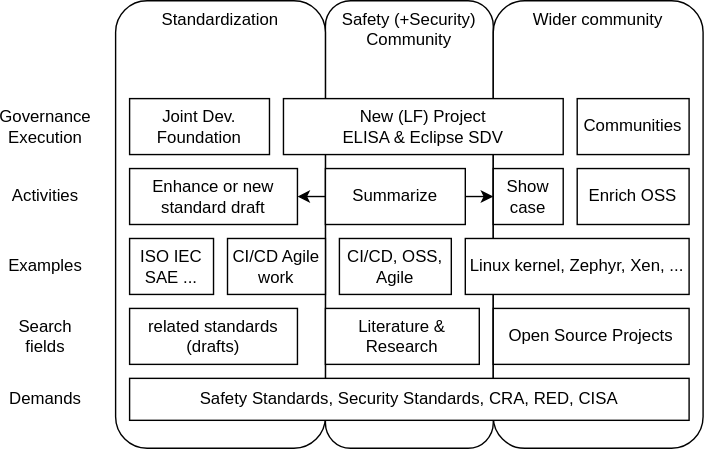
The draw.io diagram docs/images/process-project-proposal.drawio.svg in elisa-tech/lighthouse-oss, before a commit. Source tidied: cells renumbered, new cells last; positions are measured from the earlier drawing's top-left corner, leaving out a move shared by most shapes.
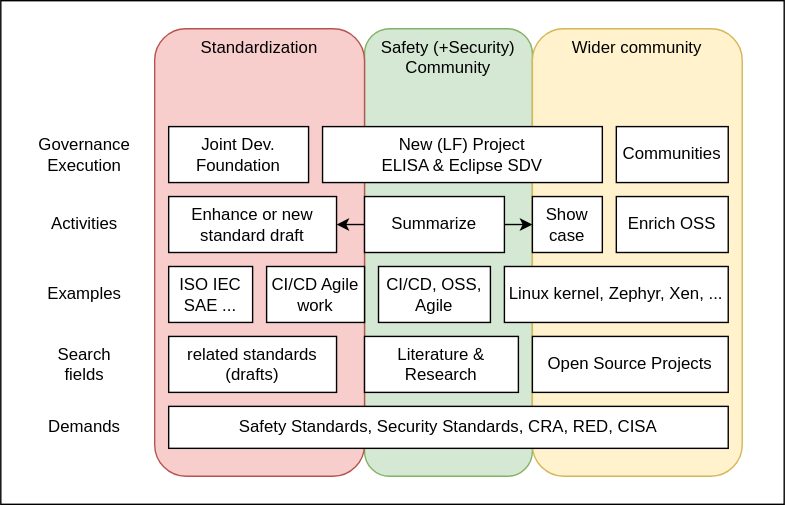
The same file after the commit.

What changed in the source:
```diff
@@ -2,13 +2,16 @@
   <root>
     <mxCell id="0" />
     <mxCell id="1" parent="0" />
+    <mxCell id="27" style="rounded=0;whiteSpace=wrap;html=1;" parent="1" vertex="1">
+      <mxGeometry x="-30" y="-20" width="560" height="360" as="geometry" />
+    </mxCell>
-    <mxCell id="2" value="Safety (+Security) Community" style="rounded=1;whiteSpace=wrap;html=1;verticalAlign=top;" parent="1" vertex="1">
+    <mxCell id="2" value="Safety (+Security) Community" style="rounded=1;whiteSpace=wrap;html=1;verticalAlign=top;fillColor=#d5e8d4;strokeColor=#82b366;" parent="1" vertex="1">
       <mxGeometry x="230" width="120" height="320" as="geometry" />
     </mxCell>
-    <mxCell id="3" value="Standardization" style="rounded=1;whiteSpace=wrap;html=1;verticalAlign=top;" parent="1" vertex="1">
+    <mxCell id="3" value="Standardization" style="rounded=1;whiteSpace=wrap;html=1;verticalAlign=top;fillColor=#f8cecc;strokeColor=#b85450;" parent="1" vertex="1">
       <mxGeometry x="80" width="150" height="320" as="geometry" />
     </mxCell>
-    <mxCell id="4" value="Wider community" style="rounded=1;whiteSpace=wrap;html=1;verticalAlign=top;" parent="1" vertex="1">
+    <mxCell id="4" value="Wider community" style="rounded=1;whiteSpace=wrap;html=1;verticalAlign=top;fillColor=#fff2cc;strokeColor=#d6b656;" parent="1" vertex="1">
       <mxGeometry x="350" width="150" height="320" as="geometry" />
     </mxCell>
     <mxCell id="5" value="related standards&lt;br&gt;(drafts)" style="rounded=0;whiteSpace=wrap;html=1;" parent="1" vertex="1">
```
